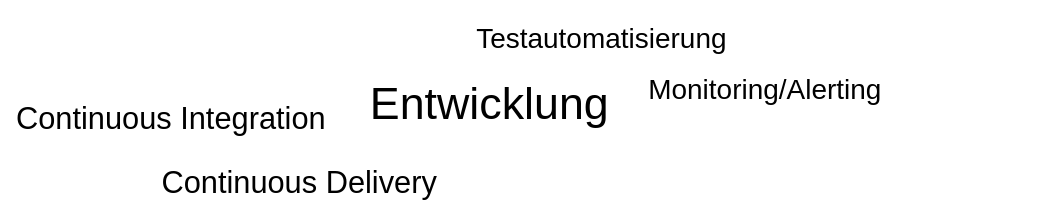
The draw.io diagram img/diagram_15.svg in iteratec/techcamp-devops-slides, before a commit. Source tidied: cells renumbered, new cells last; positions are measured from the earlier drawing's top-left corner, leaving out a move shared by most shapes.
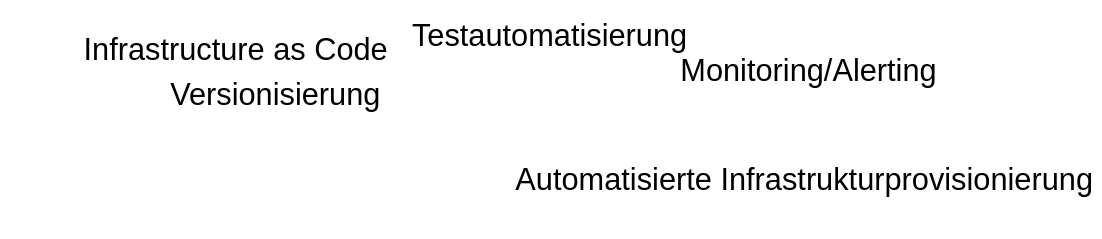
After the commit.

The edit, as a diff of the source:
```diff
@@ -2,26 +2,23 @@
   <root>
     <mxCell id="0" />
     <mxCell id="1" parent="0" />
-    <mxCell id="2" style="rounded=0;whiteSpace=wrap;html=1;shadow=0;comic=1;strokeWidth=1;fontSize=32;align=center;fillColor=none;strokeColor=none;" parent="1" vertex="1">
-      <mxGeometry width="756" height="152" as="geometry" />
+    <mxCell id="2" style="rounded=0;whiteSpace=wrap;html=1;shadow=0;comic=1;strokeWidth=1;fontSize=22;align=center;fillColor=none;strokeColor=none;" parent="1" vertex="1">
+      <mxGeometry x="-30" y="452" width="786" height="170" as="geometry" />
     </mxCell>
-    <mxCell id="3" value="Entwicklung" style="text;html=1;align=left;verticalAlign=top;spacingTop=-4;fontSize=32;" parent="1" vertex="1">
-      <mxGeometry x="261.5" y="51.5" width="120" height="30" as="geometry" />
+    <mxCell id="3" value="&lt;div style=&quot;font-size: 22px;&quot;&gt;Infrastructure as Code&lt;/div&gt;" style="text;html=1;align=left;verticalAlign=top;spacingTop=-4;fontSize=22;" parent="1" vertex="1">
+      <mxGeometry x="26.5" y="471.5" width="220" height="30" as="geometry" />
     </mxCell>
-    <mxCell id="4" value="&lt;div&gt;&lt;br&gt;&lt;/div&gt;" style="text;html=1;align=left;verticalAlign=top;spacingTop=-4;fontSize=32;" parent="1" vertex="1">
-      <mxGeometry x="452.5" y="1.5" width="20" height="40" as="geometry" />
+    <mxCell id="4" value="Testautomatisierung" style="text;html=1;align=left;verticalAlign=top;spacingTop=-4;fontSize=22;" parent="1" vertex="1">
+      <mxGeometry x="262" y="461.5" width="190" height="30" as="geometry" />
     </mxCell>
-    <mxCell id="5" value="Testautomatisierung" style="text;html=1;align=left;verticalAlign=top;spacingTop=-4;fontSize=20;" parent="1" vertex="1">
-      <mxGeometry x="338" y="11.5" width="190" height="30" as="geometry" />
+    <mxCell id="5" value="Monitoring/Alerting" style="text;html=1;align=left;verticalAlign=top;spacingTop=-4;fontSize=22;" parent="1" vertex="1">
+      <mxGeometry x="454" y="486.5" width="180" height="30" as="geometry" />
     </mxCell>
-    <mxCell id="6" value="Monitoring/Alerting" style="text;html=1;align=left;verticalAlign=top;spacingTop=-4;fontSize=20;" parent="1" vertex="1">
-      <mxGeometry x="461" y="49" width="180" height="30" as="geometry" />
+    <mxCell id="6" value="Automatisierte Infrastrukturprovisionierung" style="text;html=1;align=left;verticalAlign=top;spacingTop=-4;fontSize=22;" parent="1" vertex="1">
+      <mxGeometry x="335.5" y="565" width="420" height="30" as="geometry" />
     </mxCell>
-    <mxCell id="7" value="&lt;font style=&quot;font-size: 22px&quot;&gt;Continuous Integration&lt;br&gt;&lt;/font&gt;" style="text;html=1;align=left;verticalAlign=top;spacingTop=-4;fontSize=32;" parent="1" vertex="1">
-      <mxGeometry x="9" y="59" width="230" height="40" as="geometry" />
+    <mxCell id="7" value="&lt;font style=&quot;font-size: 22px&quot;&gt;Versionisierung&lt;/font&gt;" style="text;html=1;align=left;verticalAlign=top;spacingTop=-4;fontSize=22;" parent="1" vertex="1">
+      <mxGeometry x="88.5" y="504" width="160" height="20" as="geometry" />
     </mxCell>
-    <mxCell id="8" value="&lt;font style=&quot;font-size: 22px&quot;&gt;Continuous Delivery&lt;br&gt;&lt;/font&gt;" style="text;html=1;align=left;verticalAlign=top;spacingTop=-4;fontSize=32;" parent="1" vertex="1">
-      <mxGeometry x="113" y="105" width="210" height="40" as="geometry" />
-    </mxCell>
   </root>
 </mxGraphModel>
```
